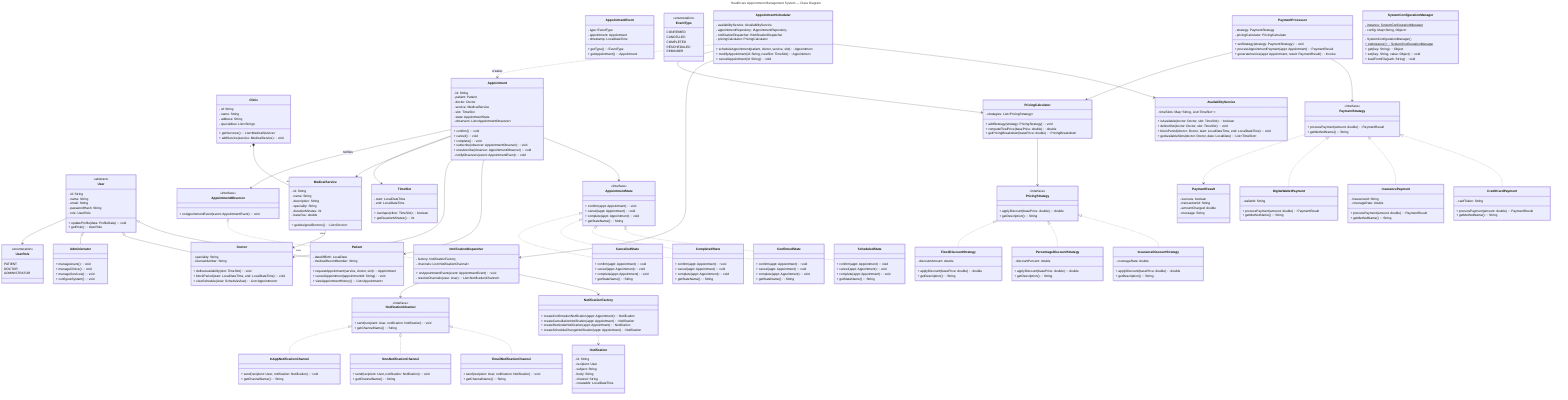
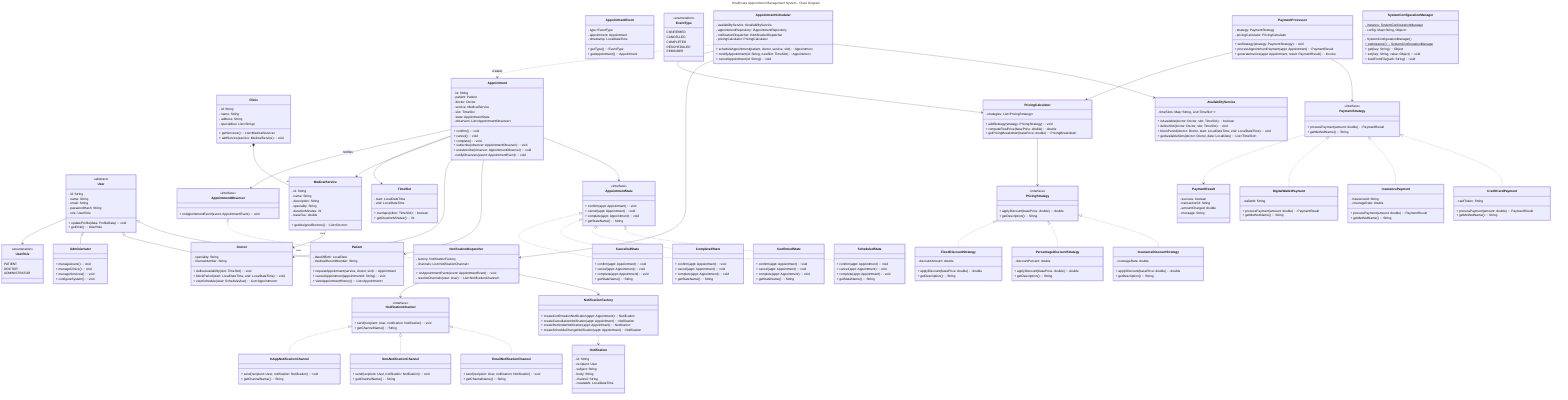
---
- title: Healthcare Appointment Management System — Class Diagram
+ title: Healthcare Appointment Management System - Class Diagram
---
classDiagram

    %% ═══════════════════════════════════════
-     %% DOMAIN — Users
+     %% DOMAIN - Users
    %% ═══════════════════════════════════════
    class User {
        <<abstract>>
        - id: String
        - name: String
        - email: String
        - passwordHash: String
        - role: UserRole
        + updateProfile(data: ProfileData): void
        + getRole(): UserRole
    }

    class Patient {
        - dateOfBirth: LocalDate
        - medicalRecordNumber: String
        + requestAppointment(service, doctor, slot): Appointment
        + cancelAppointment(appointmentId: String): void
        + viewAppointmentHistory(): List~Appointment~
    }

    class Doctor {
        - speciality: String
        - licenseNumber: String
        + defineAvailability(slot: TimeSlot): void
        + blockPeriod(start: LocalDateTime, end: LocalDateTime): void
        + viewSchedule(view: ScheduleView): List~Appointment~
    }

    class Administrator {
        + manageUsers(): void
        + manageClinics(): void
        + manageServices(): void
        + configureSystem(): void
    }

    class UserRole {
        <<enumeration>>
        PATIENT
        DOCTOR
        ADMINISTRATOR
    }

    User <|-- Patient
    User <|-- Doctor
    User <|-- Administrator
    User --> UserRole

    %% ═══════════════════════════════════════
-     %% DOMAIN — Clinic & Services
+     %% DOMAIN - Clinic & Services
    %% ═══════════════════════════════════════
    class Clinic {
        - id: String
        - name: String
        - address: String
        - specialities: List~String~
        + getServices(): List~MedicalService~
        + addService(service: MedicalService): void
    }

    class MedicalService {
        - id: String
        - name: String
        - description: String
        - speciality: String
        - durationMinutes: int
        - baseFee: double
        + getAssignedDoctors(): List~Doctor~
    }

    Clinic "1" *-- "many" MedicalService
    MedicalService "many" --> "many" Doctor

    %% ═══════════════════════════════════════
-     %% DOMAIN — Appointment & State (State Pattern)
+     %% DOMAIN - Appointment & State (State Pattern)
    %% ═══════════════════════════════════════
    class Appointment {
        - id: String
        - patient: Patient
        - doctor: Doctor
        - service: MedicalService
        - slot: TimeSlot
        - state: AppointmentState
        - observers: List~AppointmentObserver~
        + confirm(): void
        + cancel(): void
        + complete(): void
        + subscribe(observer: AppointmentObserver): void
        + unsubscribe(observer: AppointmentObserver): void
        - notifyObservers(event: AppointmentEvent): void
    }

    class AppointmentState {
        <<interface>>
        + confirm(appt: Appointment): void
        + cancel(appt: Appointment): void
        + complete(appt: Appointment): void
        + getStateName(): String
    }

    class ScheduledState {
        + confirm(appt: Appointment): void
        + cancel(appt: Appointment): void
        + complete(appt: Appointment): void
        + getStateName(): String
    }

    class ConfirmedState {
        + confirm(appt: Appointment): void
        + cancel(appt: Appointment): void
        + complete(appt: Appointment): void
        + getStateName(): String
    }

    class CompletedState {
        + confirm(appt: Appointment): void
        + cancel(appt: Appointment): void
        + complete(appt: Appointment): void
        + getStateName(): String
    }

    class CancelledState {
        + confirm(appt: Appointment): void
        + cancel(appt: Appointment): void
        + complete(appt: Appointment): void
        + getStateName(): String
    }

    AppointmentState <|.. ScheduledState
    AppointmentState <|.. ConfirmedState
    AppointmentState <|.. CompletedState
    AppointmentState <|.. CancelledState
    Appointment --> AppointmentState
    Appointment --> Patient
    Appointment --> Doctor
    Appointment --> MedicalService

    class TimeSlot {
        - start: LocalDateTime
        - end: LocalDateTime
        + overlaps(other: TimeSlot): boolean
        + getDurationMinutes(): int
    }

    Appointment --> TimeSlot

    %% ═══════════════════════════════════════
-     %% OBSERVER — Notifications
+     %% OBSERVER - Notifications
    %% ═══════════════════════════════════════
    class AppointmentObserver {
        <<interface>>
        + onAppointmentEvent(event: AppointmentEvent): void
    }

    class AppointmentEvent {
        - type: EventType
        - appointment: Appointment
        - timestamp: LocalDateTime
        + getType(): EventType
        + getAppointment(): Appointment
    }

    class EventType {
        <<enumeration>>
        CONFIRMED
        CANCELLED
        COMPLETED
        RESCHEDULED
        REMINDER
    }

    AppointmentObserver <|.. NotificationDispatcher
    Appointment --> AppointmentObserver : notifies

    %% ═══════════════════════════════════════
    %% NOTIFICATIONS
    %% ═══════════════════════════════════════
    class NotificationDispatcher {
        - factory: NotificationFactory
        - channels: List~NotificationChannel~
        + onAppointmentEvent(event: AppointmentEvent): void
        - resolveChannels(user: User): List~NotificationChannel~
    }

    class NotificationFactory {
        + createConfirmationNotification(appt: Appointment): Notification
        + createCancellationNotification(appt: Appointment): Notification
        + createReminderNotification(appt: Appointment): Notification
        + createScheduleChangeNotification(appt: Appointment): Notification
    }

    class Notification {
        - id: String
        - recipient: User
        - subject: String
        - body: String
        - channel: String
        - createdAt: LocalDateTime
    }

    class NotificationChannel {
        <<interface>>
        + send(recipient: User, notification: Notification): void
        + getChannelName(): String
    }

    class EmailNotificationChannel {
        + send(recipient: User, notification: Notification): void
        + getChannelName(): String
    }

    class SmsNotificationChannel {
        + send(recipient: User, notification: Notification): void
        + getChannelName(): String
    }

    class InAppNotificationChannel {
        + send(recipient: User, notification: Notification): void
        + getChannelName(): String
    }

    NotificationChannel <|.. EmailNotificationChannel
    NotificationChannel <|.. SmsNotificationChannel
    NotificationChannel <|.. InAppNotificationChannel
    NotificationDispatcher --> NotificationFactory
    NotificationDispatcher --> NotificationChannel
    NotificationFactory ..> Notification

    %% ═══════════════════════════════════════
-     %% PAYMENT — Strategy Pattern
+     %% PAYMENT - Strategy Pattern
    %% ═══════════════════════════════════════
    class PaymentStrategy {
        <<interface>>
        + processPayment(amount: double): PaymentResult
        + getMethodName(): String
    }

    class CreditCardPayment {
        - cardToken: String
        + processPayment(amount: double): PaymentResult
        + getMethodName(): String
    }

    class InsurancePayment {
        - insuranceId: String
        - coverageRate: double
        + processPayment(amount: double): PaymentResult
        + getMethodName(): String
    }

    class DigitalWalletPayment {
        - walletId: String
        + processPayment(amount: double): PaymentResult
        + getMethodName(): String
    }

    class PaymentResult {
        - success: boolean
        - transactionId: String
        - amountCharged: double
        - message: String
    }

    PaymentStrategy <|.. CreditCardPayment
    PaymentStrategy <|.. InsurancePayment
    PaymentStrategy <|.. DigitalWalletPayment
    PaymentStrategy ..> PaymentResult

    class PaymentProcessor {
        - strategy: PaymentStrategy
        - pricingCalculator: PricingCalculator
        + setStrategy(strategy: PaymentStrategy): void
        + processAppointmentPayment(appt: Appointment): PaymentResult
        + generateInvoice(appt: Appointment, result: PaymentResult): Invoice
    }

    PaymentProcessor --> PaymentStrategy
    PaymentProcessor --> PricingCalculator

    %% ═══════════════════════════════════════
-     %% PRICING — Strategy Pattern
+     %% PRICING - Strategy Pattern
    %% ═══════════════════════════════════════
    class PricingStrategy {
        <<interface>>
        + applyDiscount(basePrice: double): double
        + getDescription(): String
    }

    class InsuranceDiscountStrategy {
        - coverageRate: double
        + applyDiscount(basePrice: double): double
        + getDescription(): String
    }

    class PercentageDiscountStrategy {
        - discountPercent: double
        + applyDiscount(basePrice: double): double
        + getDescription(): String
    }

    class FixedDiscountStrategy {
        - discountAmount: double
        + applyDiscount(basePrice: double): double
        + getDescription(): String
    }

    class PricingCalculator {
        - strategies: List~PricingStrategy~
        + addStrategy(strategy: PricingStrategy): void
        + computeFinalPrice(basePrice: double): double
        + getPricingBreakdown(basePrice: double): PricingBreakdown
    }

    PricingStrategy <|.. InsuranceDiscountStrategy
    PricingStrategy <|.. PercentageDiscountStrategy
    PricingStrategy <|.. FixedDiscountStrategy
    PricingCalculator --> PricingStrategy

    %% ═══════════════════════════════════════
-     %% SERVICES — Application Layer
+     %% SERVICES - Application Layer
    %% ═══════════════════════════════════════
    class AppointmentScheduler {
        - availabilityService: IAvailabilityService
        - appointmentRepository: IAppointmentRepository
        - notificationDispatcher: INotificationDispatcher
        - pricingCalculator: PricingCalculator
        + scheduleAppointment(patient, doctor, service, slot): Appointment
        + modifyAppointment(id: String, newSlot: TimeSlot): Appointment
        + cancelAppointment(id: String): void
    }

    class AvailabilityService {
        - timeSlots: Map~String, List~TimeSlot~~
        + isAvailable(doctor: Doctor, slot: TimeSlot): boolean
        + defineSlot(doctor: Doctor, slot: TimeSlot): void
        + blockPeriod(doctor: Doctor, start: LocalDateTime, end: LocalDateTime): void
        + getAvailableSlots(doctor: Doctor, date: LocalDate): List~TimeSlot~
    }

    %% ═══════════════════════════════════════
-     %% SINGLETON — Configuration
+     %% SINGLETON - Configuration
    %% ═══════════════════════════════════════
    class SystemConfigurationManager {
        - instance: SystemConfigurationManager$
        - config: Map~String, Object~
        - SystemConfigurationManager()
        + getInstance(): SystemConfigurationManager$
        + get(key: String): Object
        + set(key: String, value: Object): void
        + loadFromFile(path: String): void
    }

    %% ═══════════════════════════════════════
    %% KEY RELATIONSHIPS
    %% ═══════════════════════════════════════
    AppointmentScheduler --> AvailabilityService
    AppointmentScheduler --> NotificationDispatcher
    AppointmentScheduler --> PricingCalculator
    AppointmentScheduler ..> Appointment : creates
